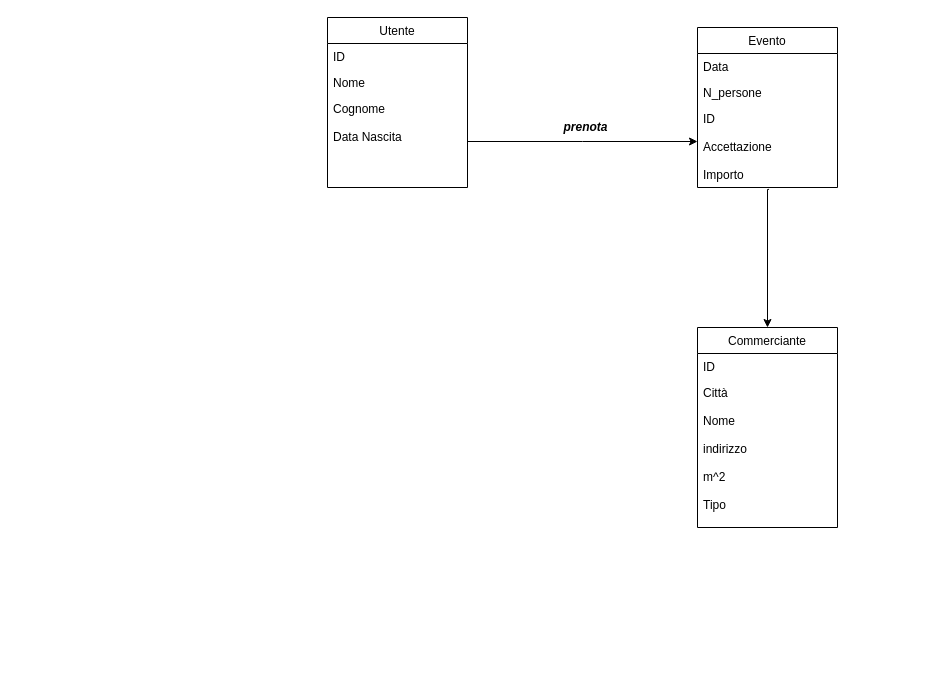
This is Untitled Diagram.drawio from denrotaru23/Elaborato-Esame-di-Stato-2021, a draw.io file, before an edit. Source tidied: cells renumbered, new cells numbered last; positions are measured from the earlier drawing's top-left corner, leaving out a move shared by most shapes. Both pictures are drawn from the tidied source at 100%, with x=0, y=0 at pixel (192, 17).
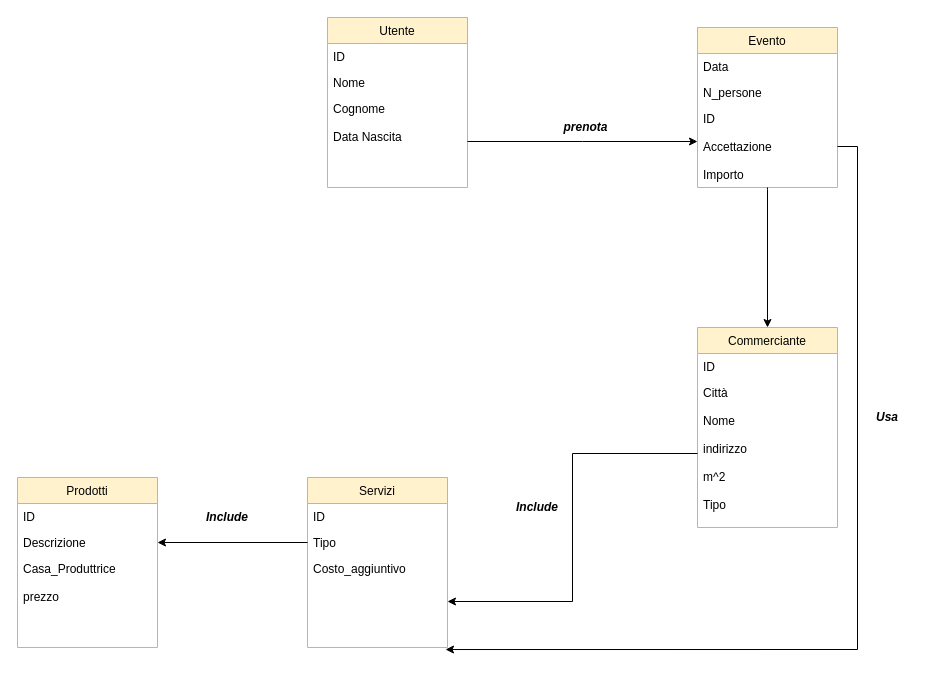
The same diagram, later.

The change refers to these unchanged cells:
```xml
<mxCell id="13" value="ID&#10;&#10;Accettazione&#10;&#10;Importo" style="text;strokeColor=none;fillColor=none;align=left;verticalAlign=top;spacingLeft=4;spacingRight=4;overflow=hidden;points=[[0,0.5],[1,0.5]];portConstraint=eastwest;" parent="10" vertex="1">
  <mxGeometry y="78" width="140" height="82" as="geometry" />
</mxCell>
<mxCell id="17" value="Città&#10;&#10;Nome&#10;&#10;indirizzo&#10;&#10;m^2&#10;&#10;Tipo" style="text;strokeColor=none;fillColor=none;align=left;verticalAlign=top;spacingLeft=4;spacingRight=4;overflow=hidden;points=[[0,0.5],[1,0.5]];portConstraint=eastwest;" parent="15" vertex="1">
  <mxGeometry y="52" width="140" height="148" as="geometry" />
</mxCell>
```

Diff of the diagram source:
```diff
@@
-    <mxCell id="4" value="Utente" style="swimlane;fontStyle=0;horizontal=1;startSize=26;fillColor=none;" parent="1" vertex="1">
+    <mxCell id="4" value="Utente" style="swimlane;fontStyle=0;horizontal=1;startSize=26;fillColor=#fff2cc;strokeColor=#d6b656;" parent="1" vertex="1">
       <mxGeometry x="135" width="140" height="170" as="geometry" />
     </mxCell>
@@
-    <mxCell id="10" value="Evento" style="swimlane;fontStyle=0;horizontal=1;startSize=26;fillColor=none;" parent="1" vertex="1">
+    <mxCell id="10" value="Evento" style="swimlane;fontStyle=0;horizontal=1;startSize=26;fillColor=#fff2cc;strokeColor=#d6b656;" parent="1" vertex="1">
       <mxGeometry x="505" y="10" width="140" height="160" as="geometry" />
     </mxCell>
@@
-    <mxCell id="14" style="edgeStyle=none;rounded=0;jettySize=auto;html=1;exitX=0.511;exitY=1.022;exitDx=0;exitDy=0;exitPerimeter=0;entryX=0.5;entryY=0;entryDx=0;entryDy=0;" parent="1" edge="1" source="13" target="15">
+    <mxCell id="14" style="edgeStyle=none;rounded=0;jettySize=auto;html=1;entryX=0.5;entryY=0;entryDx=0;entryDy=0;" parent="1" edge="1" target="15">
       <mxGeometry relative="1" as="geometry">
+        <mxPoint x="575" y="170" as="sourcePoint" />
         <Array as="points">
           <mxPoint x="575" y="172" />
         </Array>
       </mxGeometry>
     </mxCell>
-    <mxCell id="15" value="Commerciante" style="swimlane;fontStyle=0;horizontal=1;startSize=26;fillColor=none;" parent="1" vertex="1">
+    <mxCell id="15" value="Commerciante" style="swimlane;fontStyle=0;horizontal=1;startSize=26;fillColor=#fff2cc;strokeColor=#d6b656;" parent="1" vertex="1">
       <mxGeometry x="505" y="310" width="140" height="200" as="geometry" />
     </mxCell>
@@
+    <mxCell id="18" value="Servizi" style="swimlane;fontStyle=0;horizontal=1;startSize=26;fillColor=#fff2cc;strokeColor=#d6b656;" parent="1" vertex="1">
+      <mxGeometry x="115" y="460" width="140" height="170" as="geometry" />
+    </mxCell>
+    <mxCell id="19" value="ID" style="text;strokeColor=none;fillColor=none;align=left;verticalAlign=top;spacingLeft=4;spacingRight=4;overflow=hidden;" parent="18" vertex="1">
+      <mxGeometry y="26" width="140" height="26" as="geometry" />
+    </mxCell>
+    <mxCell id="20" value="Tipo" style="text;strokeColor=none;fillColor=none;align=left;verticalAlign=top;spacingLeft=4;spacingRight=4;overflow=hidden;points=[[0,0.5],[1,0.5]];portConstraint=eastwest;" parent="18" vertex="1">
+      <mxGeometry y="52" width="140" height="26" as="geometry" />
+    </mxCell>
+    <mxCell id="21" value="Costo_aggiuntivo" style="text;strokeColor=none;fillColor=none;align=left;verticalAlign=top;spacingLeft=4;spacingRight=4;overflow=hidden;points=[[0,0.5],[1,0.5]];portConstraint=eastwest;" parent="18" vertex="1">
+      <mxGeometry y="78" width="140" height="92" as="geometry" />
+    </mxCell>
+    <mxCell id="22" style="edgeStyle=orthogonalEdgeStyle;rounded=0;jettySize=auto;html=1;exitX=0;exitY=0.5;exitDx=0;exitDy=0;" parent="1" edge="1" source="17" target="21">
+      <mxGeometry relative="1" as="geometry" />
+    </mxCell>
+    <mxCell id="23" value="Include" style="text;html=1;strokeColor=none;fillColor=none;align=center;verticalAlign=middle;whiteSpace=wrap;rounded=0;fontStyle=3;" parent="1" vertex="1">
+      <mxGeometry x="325" y="480" width="40" height="20" as="geometry" />
+    </mxCell>
+    <mxCell id="24" value="Prodotti" style="swimlane;fontStyle=0;horizontal=1;startSize=26;fillColor=#fff2cc;strokeColor=#d6b656;" parent="1" vertex="1">
+      <mxGeometry x="-175" y="460" width="140" height="170" as="geometry" />
+    </mxCell>
+    <mxCell id="25" value="ID" style="text;strokeColor=none;fillColor=none;align=left;verticalAlign=top;spacingLeft=4;spacingRight=4;overflow=hidden;" parent="24" vertex="1">
+      <mxGeometry y="26" width="140" height="26" as="geometry" />
+    </mxCell>
+    <mxCell id="26" value="Descrizione" style="text;strokeColor=none;fillColor=none;align=left;verticalAlign=top;spacingLeft=4;spacingRight=4;overflow=hidden;points=[[0,0.5],[1,0.5]];portConstraint=eastwest;" parent="24" vertex="1">
+      <mxGeometry y="52" width="140" height="26" as="geometry" />
+    </mxCell>
+    <mxCell id="27" value="Casa_Produttrice&#10;&#10;prezzo" style="text;strokeColor=none;fillColor=none;align=left;verticalAlign=top;spacingLeft=4;spacingRight=4;overflow=hidden;" parent="24" vertex="1">
+      <mxGeometry y="78" width="140" height="92" as="geometry" />
+    </mxCell>
+    <mxCell id="28" style="edgeStyle=orthogonalEdgeStyle;rounded=0;jettySize=auto;html=1;exitX=0;exitY=0.5;exitDx=0;exitDy=0;" parent="1" edge="1" source="20" target="26">
+      <mxGeometry relative="1" as="geometry" />
+    </mxCell>
+    <mxCell id="29" value="Include" style="text;html=1;strokeColor=none;fillColor=none;align=center;verticalAlign=middle;whiteSpace=wrap;rounded=0;fontStyle=3;" parent="1" vertex="1">
+      <mxGeometry x="15" y="490" width="40" height="20" as="geometry" />
+    </mxCell>
+    <mxCell id="30" style="edgeStyle=orthogonalEdgeStyle;rounded=0;jettySize=auto;html=1;exitX=1;exitY=0.5;exitDx=0;exitDy=0;entryX=0.986;entryY=1.022;entryDx=0;entryDy=0;entryPerimeter=0;" parent="1" edge="1" source="13" target="21">
+      <mxGeometry relative="1" as="geometry" />
+    </mxCell>
+    <mxCell id="31" value="Usa" style="text;html=1;strokeColor=none;fillColor=none;align=center;verticalAlign=middle;whiteSpace=wrap;rounded=0;fontStyle=3;" parent="1" vertex="1">
+      <mxGeometry x="675" y="390" width="40" height="20" as="geometry" />
+    </mxCell>
```
